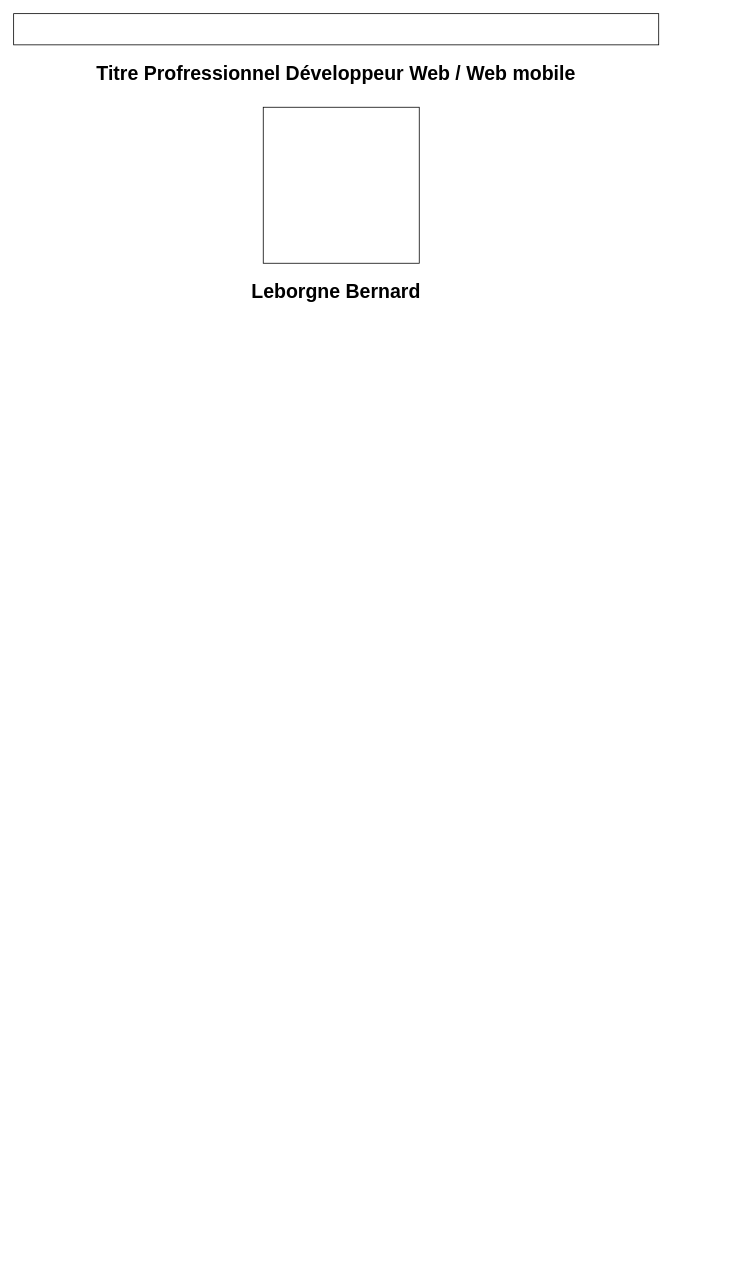
Earlier version of the draw.io diagram CV/Maquette.drawio (NemesisMKII/Exercices-Formation). Source tidied: cells renumbered, new cells numbered last; positions are measured from the earlier drawing's top-left corner, leaving out a move shared by most shapes. Both pictures are drawn from the tidied source at 78%, with x=0, y=0 at pixel (13, 13).
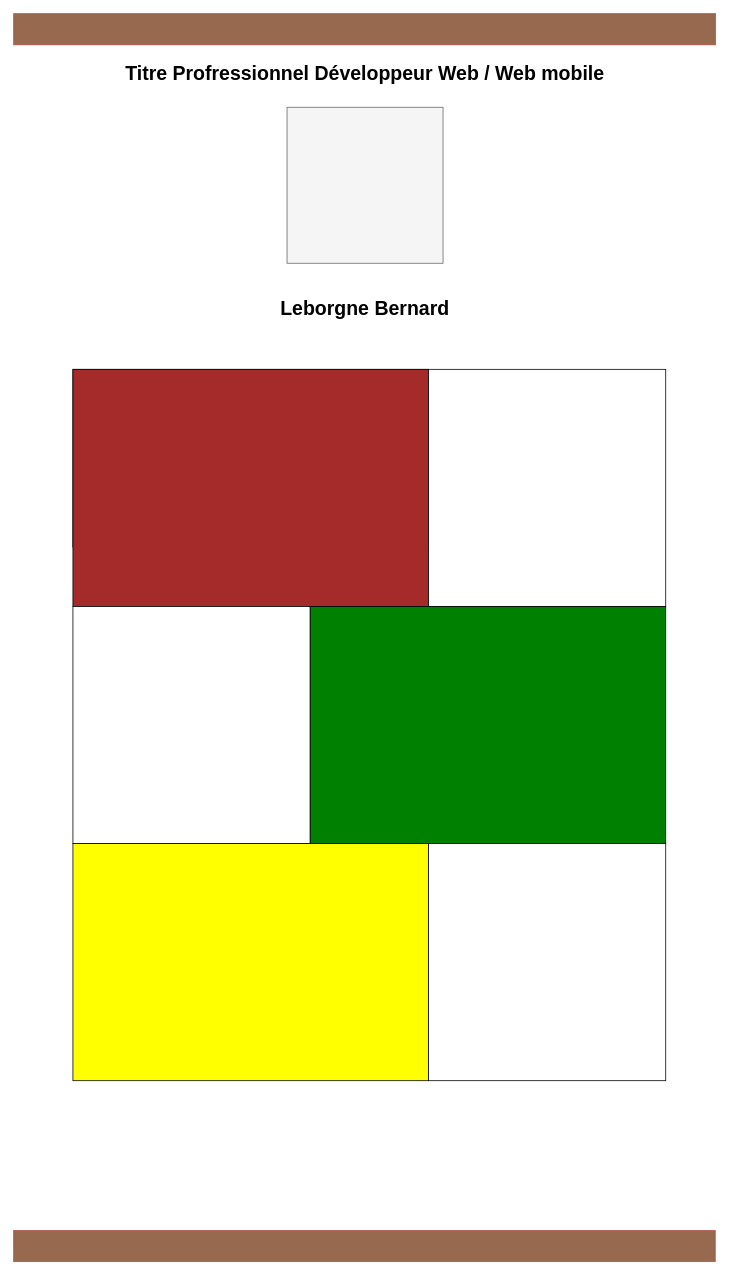
The same page after the edit.

Diff of the diagram source:
```diff
@@
-<mxGraphModel>
+<mxGraphModel background="#FFFFFF">
   <root>
     <mxCell id="0" />
     <mxCell id="1" parent="0" />
-    <mxCell id="2" style="rounded=0;whiteSpace=wrap;html=1;" parent="1" vertex="1">
-      <mxGeometry width="827" height="40" as="geometry" />
+    <mxCell id="2" style="rounded=0;whiteSpace=wrap;html=1;strokeColor=#b85450;fillColor=#97694e;" parent="1" vertex="1">
+      <mxGeometry width="900" height="40" as="geometry" />
     </mxCell>
-    <mxCell id="3" value="&lt;font size=&quot;1&quot;&gt;&lt;b style=&quot;font-size: 25px&quot;&gt;Titre Profressionnel Développeur Web / Web mobile&lt;/b&gt;&lt;/font&gt;" style="text;html=1;strokeColor=none;fillColor=none;align=center;verticalAlign=middle;whiteSpace=wrap;rounded=0;" parent="1" vertex="1">
-      <mxGeometry x="98" y="40" width="631" height="70" as="geometry" />
+    <mxCell id="3" value="&lt;font size=&quot;1&quot; color=&quot;#000000&quot;&gt;&lt;b style=&quot;font-size: 25px&quot;&gt;Titre Profressionnel Développeur Web / Web mobile&lt;/b&gt;&lt;/font&gt;" style="text;html=1;strokeColor=none;fillColor=none;align=center;verticalAlign=middle;whiteSpace=wrap;rounded=0;" parent="1" vertex="1">
+      <mxGeometry x="135" y="40" width="631" height="70" as="geometry" />
     </mxCell>
-    <mxCell id="4" style="rounded=0;whiteSpace=wrap;html=1;" parent="1" vertex="1">
-      <mxGeometry x="320" y="120" width="200" height="200" as="geometry" />
+    <mxCell id="4" style="rounded=0;whiteSpace=wrap;html=1;fillColor=#f5f5f5;strokeColor=#666666;fontColor=#333333;" parent="1" vertex="1">
+      <mxGeometry x="350.5" y="120" width="200" height="200" as="geometry" />
     </mxCell>
-    <mxCell id="5" value="&lt;font size=&quot;1&quot;&gt;&lt;b style=&quot;font-size: 25px&quot;&gt;Leborgne Bernard&lt;/b&gt;&lt;/font&gt;" style="text;html=1;strokeColor=none;fillColor=none;align=center;verticalAlign=middle;whiteSpace=wrap;rounded=0;" parent="1" vertex="1">
-      <mxGeometry x="98" y="320" width="631" height="70" as="geometry" />
+    <mxCell id="5" value="&lt;font size=&quot;1&quot; color=&quot;#000000&quot;&gt;&lt;b style=&quot;font-size: 25px&quot;&gt;Leborgne Bernard&lt;/b&gt;&lt;/font&gt;" style="text;html=1;strokeColor=none;fillColor=none;align=center;verticalAlign=middle;whiteSpace=wrap;rounded=0;" parent="1" vertex="1">
+      <mxGeometry x="135" y="342" width="631" height="70" as="geometry" />
     </mxCell>
+    <mxCell id="6" style="rounded=0;whiteSpace=wrap;html=1;fillColor=#97694e;" parent="1" vertex="1">
+      <mxGeometry x="76" y="456" width="456" height="228" as="geometry" />
+    </mxCell>
+    <mxCell id="7" style="edgeStyle=orthogonalEdgeStyle;rounded=0;jettySize=auto;html=1;" parent="1" edge="1" source="8" target="11">
+      <mxGeometry relative="1" as="geometry" />
+    </mxCell>
+    <mxCell id="8" style="rounded=0;whiteSpace=wrap;html=1;fillColor=#a52a2a;" parent="1" vertex="1">
+      <mxGeometry x="76" y="456" width="456" height="304" as="geometry" />
+    </mxCell>
+    <mxCell id="9" style="rounded=0;whiteSpace=wrap;html=1;" parent="1" vertex="1">
+      <mxGeometry x="532" y="456" width="304" height="304" as="geometry" />
+    </mxCell>
+    <mxCell id="10" style="rounded=0;whiteSpace=wrap;html=1;fillColor=#008000;" parent="1" vertex="1">
+      <mxGeometry x="380" y="760" width="456" height="304" as="geometry" />
+    </mxCell>
+    <mxCell id="11" style="rounded=0;whiteSpace=wrap;html=1;" parent="1" vertex="1">
+      <mxGeometry x="76" y="760" width="304" height="304" as="geometry" />
+    </mxCell>
+    <mxCell id="12" style="rounded=0;whiteSpace=wrap;html=1;fillColor=#ffff00;" parent="1" vertex="1">
+      <mxGeometry x="76" y="1064" width="456" height="304" as="geometry" />
+    </mxCell>
+    <mxCell id="13" style="rounded=0;whiteSpace=wrap;html=1;" parent="1" vertex="1">
+      <mxGeometry x="532" y="1064" width="304" height="304" as="geometry" />
+    </mxCell>
+    <mxCell id="14" style="rounded=0;whiteSpace=wrap;html=1;strokeColor=#b85450;fillColor=#97694e;" parent="1" vertex="1">
+      <mxGeometry y="1560" width="899.5" height="40" as="geometry" />
+    </mxCell>
   </root>
 </mxGraphModel>
```
